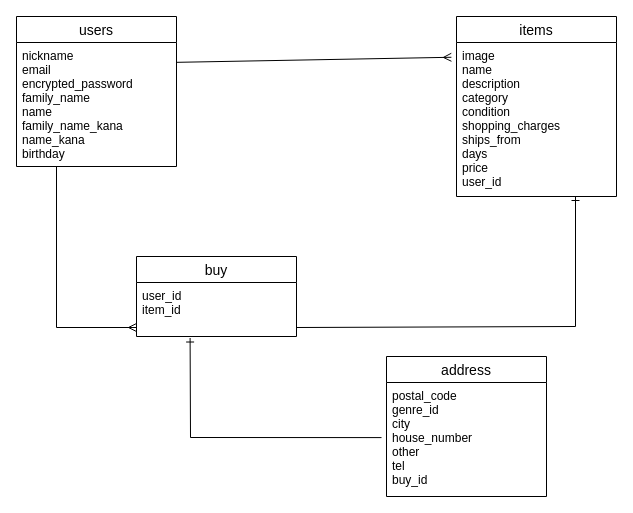
Above: furima.dio in ichanicha/furima-40626 (draw.io), before the change. Source tidied: cells renumbered, new cells numbered last; positions are measured from the earlier drawing's top-left corner, leaving out a move shared by most shapes. Both pictures are drawn from the tidied source at 100%, with x=0, y=0 at pixel (16, 16).
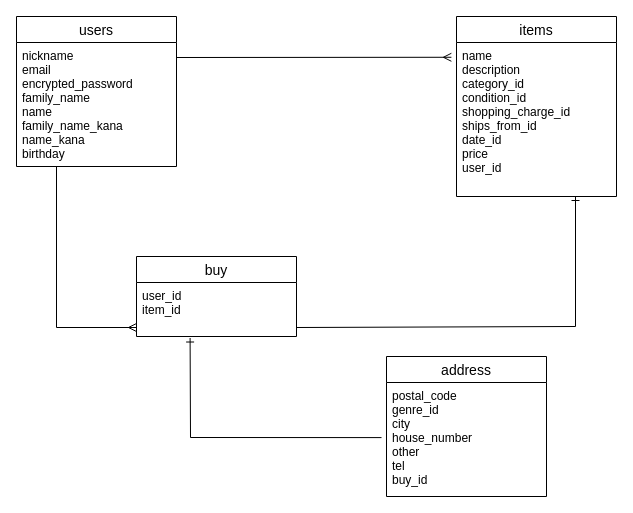
After the change.

Commit message (it also covers changes not shown here):
ER図・README修正②

Unchanged cells that the change refers to:
```xml
<mxCell id="3" value="nickname&#10;email&#10;encrypted_password&#10;family_name&#10;name&#10;family_name_kana&#10;name_kana&#10;birthday" style="text;strokeColor=none;fillColor=none;spacingLeft=4;spacingRight=4;overflow=hidden;points=[[0,0.5],[1,0.5]];portConstraint=eastwest;fontSize=12;" parent="2" vertex="1">
  <mxGeometry y="26" width="160" height="124" as="geometry" />
</mxCell>
<mxCell id="4" value="items" style="swimlane;fontStyle=0;horizontal=1;startSize=26;align=center;fontSize=14;" parent="1" vertex="1">
  <mxGeometry x="440" width="160" height="180" as="geometry" />
</mxCell>
```

Diff of the diagram source:
```diff
@@
-    <mxCell id="5" value="image&#10;name&#10;description&#10;category&#10;condition&#10;shopping_charges&#10;ships_from&#10;days&#10;price&#10;user_id" style="text;strokeColor=none;fillColor=none;spacingLeft=4;spacingRight=4;overflow=hidden;points=[[0,0.5],[1,0.5]];portConstraint=eastwest;fontSize=12;" parent="4" vertex="1">
+    <mxCell id="5" value="name&#10;description&#10;category_id&#10;condition_id&#10;shopping_charge_id&#10;ships_from_id&#10;date_id&#10;price&#10;user_id" style="text;strokeColor=none;fillColor=none;spacingLeft=4;spacingRight=4;overflow=hidden;points=[[0,0.5],[1,0.5]];portConstraint=eastwest;fontSize=12;" parent="4" vertex="1">
       <mxGeometry y="26" width="160" height="154" as="geometry" />
     </mxCell>
@@
-    <mxCell id="10" style="edgeStyle=none;rounded=0;html=1;exitX=1;exitY=0.16;exitDx=0;exitDy=0;entryX=-0.032;entryY=0.096;entryDx=0;entryDy=0;endArrow=ERmany;endFill=0;exitPerimeter=0;entryPerimeter=0;" parent="1" edge="1" source="3" target="5">
-      <mxGeometry relative="1" as="geometry" />
+    <mxCell id="10" style="edgeStyle=none;rounded=0;html=1;entryX=-0.032;entryY=0.096;entryDx=0;entryDy=0;endArrow=ERmany;endFill=0;entryPerimeter=0;" parent="1" edge="1" target="5">
+      <mxGeometry relative="1" as="geometry">
+        <mxPoint x="160" y="41" as="sourcePoint" />
+      </mxGeometry>
     </mxCell>
```
